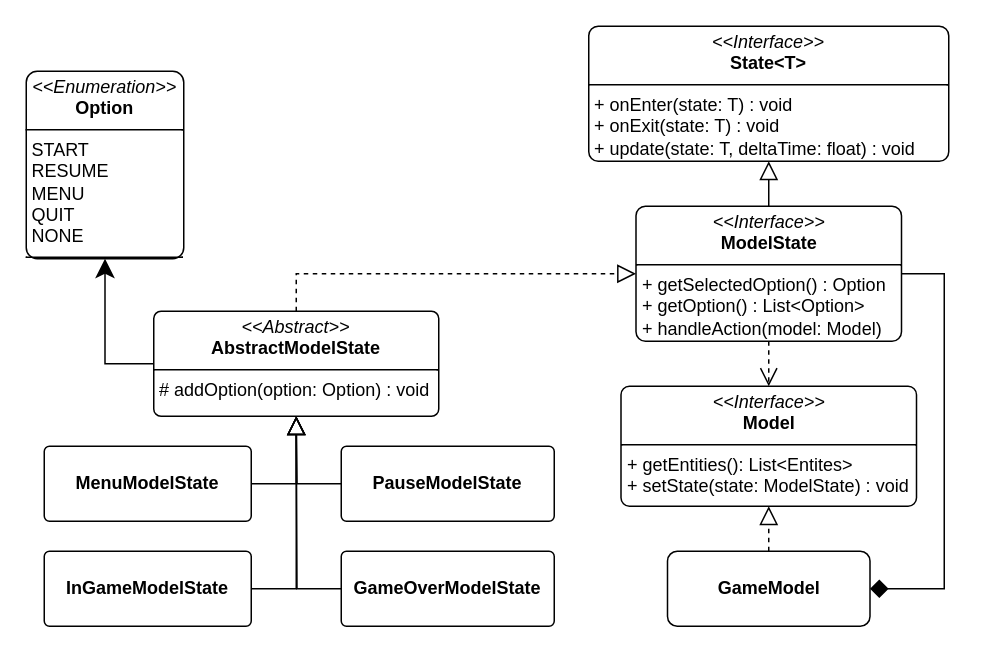
Earlier version of the draw.io diagram report/drawio/ModelState.drawio (unibo-oop-projects/OOP24-AlessandroRebosio-FilippoRicciotti-Grace-GraziaBochdanovits-RenovateBot-coffeBreak). Source tidied: cells renumbered, new cells numbered last; positions are measured from the earlier drawing's top-left corner, leaving out a move shared by most shapes. Both pictures are drawn from the tidied source at 150%, with x=0, y=0 at pixel (26, 26).
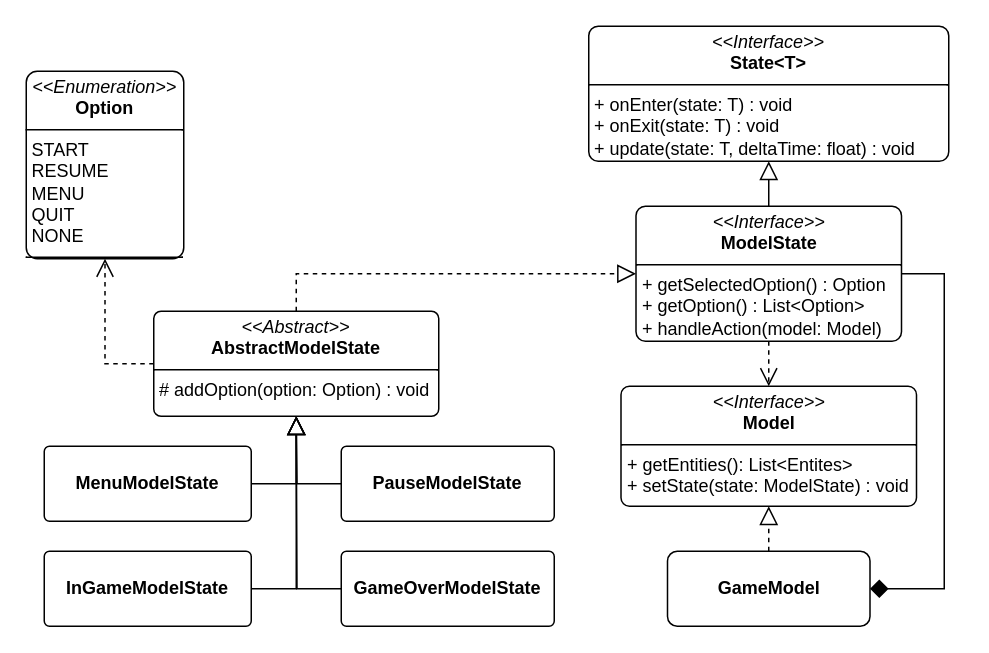
The same page after the edit.

Unchanged cells that the change refers to:
```xml
<mxCell id="12" value="&lt;p style=&quot;margin:0px;margin-top:4px;text-align:center;&quot;&gt;&lt;i&gt;&amp;lt;&amp;lt;Abstract&amp;gt;&amp;gt;&lt;/i&gt;&lt;br&gt;&lt;b&gt;AbstractModelState&lt;/b&gt;&lt;/p&gt;&lt;hr size=&quot;1&quot; style=&quot;border-style:solid;&quot;&gt;&lt;p style=&quot;margin:0px;margin-left:4px;&quot;&gt;# addOption(option: Option) : void&lt;/p&gt;" style="verticalAlign=top;align=left;overflow=fill;html=1;whiteSpace=wrap;rounded=1;arcSize=7;" parent="1" vertex="1">
  <mxGeometry x="85" y="190" width="190" height="70" as="geometry" />
</mxCell>
<mxCell id="21" value="&lt;p style=&quot;margin:0px;margin-top:4px;text-align:center;&quot;&gt;&lt;i&gt;&amp;lt;&amp;lt;Enumeration&amp;gt;&amp;gt;&lt;/i&gt;&lt;br&gt;&lt;b&gt;Option&lt;/b&gt;&lt;/p&gt;&lt;hr size=&quot;1&quot; style=&quot;border-style:solid;&quot;&gt;&lt;p style=&quot;margin:0px;margin-left:4px;&quot;&gt;START&lt;/p&gt;&lt;p style=&quot;margin:0px;margin-left:4px;&quot;&gt;RESUME&lt;/p&gt;&lt;p style=&quot;margin:0px;margin-left:4px;&quot;&gt;MENU&lt;/p&gt;&lt;p style=&quot;margin:0px;margin-left:4px;&quot;&gt;QUIT&lt;/p&gt;&lt;p style=&quot;margin:0px;margin-left:4px;&quot;&gt;NONE&lt;/p&gt;&lt;hr size=&quot;1&quot; style=&quot;border-style:solid;&quot;&gt;&lt;p style=&quot;margin:0px;margin-left:4px;&quot;&gt;&lt;br&gt;&lt;/p&gt;" style="verticalAlign=top;align=left;overflow=fill;html=1;whiteSpace=wrap;rounded=1;arcSize=7;" parent="1" vertex="1">
  <mxGeometry y="30" width="105" height="125" as="geometry" />
</mxCell>
```

What changed in the source:
```diff
@@
-    <mxCell id="11" style="edgeStyle=orthogonalEdgeStyle;rounded=0;jettySize=auto;html=1;exitX=0;exitY=0.5;exitDx=0;exitDy=0;entryX=0.5;entryY=1;entryDx=0;entryDy=0;endArrow=classic;endFill=1;endSize=10;" parent="1" edge="1" source="12" target="21">
+    <mxCell id="11" style="edgeStyle=orthogonalEdgeStyle;rounded=0;jettySize=auto;html=1;exitX=0;exitY=0.5;exitDx=0;exitDy=0;entryX=0.5;entryY=1;entryDx=0;entryDy=0;endArrow=open;endFill=0;endSize=10;dashed=1;" parent="1" edge="1" source="12" target="21">
       <mxGeometry relative="1" as="geometry" />
     </mxCell>
```
